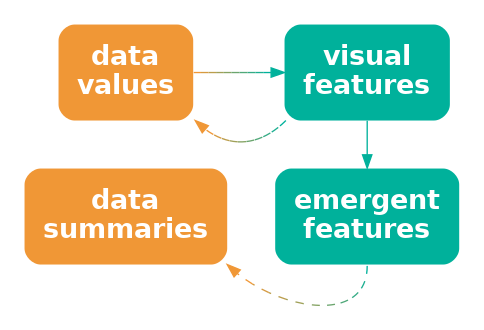
Above: Diagrams/data-vis-vis-stat.png in pmur002/hdvw (Graphviz), before the change. Its source is kept beside it as Diagrams/data-vis-vis-stat.dot.
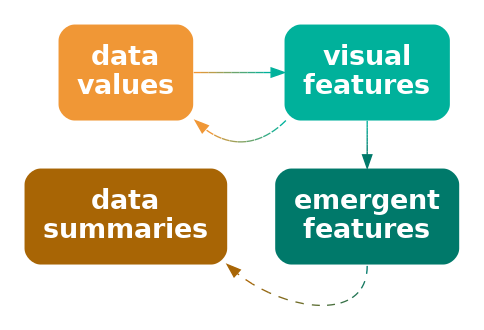
After the change.

Diff of the diagram source:
```diff
@@ -2,15 +2,15 @@
   graph [ rankdir=LR; margin=.2; nodesep=.5 ];
   node [ fontsize=20; fontname="sans bold"; margin=.2 ];
   data [ label="data\nvalues"; shape=box; style="filled, rounded"; penwidth=0; fontcolor=white; fillcolor="#F09736" ]
-  stat [ label="data\nsummaries"; shape=box; style="filled, rounded"; penwidth=0; fontcolor=white; fillcolor="#F09736" ]
+  stat [ label="data\nsummaries"; shape=box; style="filled, rounded"; penwidth=0; fontcolor=white; fillcolor="#A86505" ]
   vis [ label="visual\nfeatures"; shape=box;
      style="filled, rounded"; penwidth=0; fontcolor=white; fillcolor="#00B19B" ]
   add [ label="emergent\nfeatures"; shape=box;
-     style="filled, rounded"; penwidth=0; fontcolor=white; fillcolor="#00B19B" ]
+     style="filled, rounded"; penwidth=0; fontcolor=white; fillcolor="#00796A" ]
   data -> vis [ color="#F09736;0.1:#D59A41;0.1:#BB9D4C;0.1:#A0A058;0.1:#85A363;0.1:#6BA56E;0.1:#50A879;0.1:#35AB85;0.1:#1BAE90;0.1:#00B19B;0.1" ]
-  vis -> add [ color="#00B19B" ]
+  vis -> add [ color="#00B19B;0.1:#00AB96;0.1:#00A590;0.1:#009E8B;0.1:#009885;0.1:#009280;0.1:#008C7A;0.1:#008575;0.1:#007F6F;0.1:#00796A;0.1" ]
   vis:sw -> data:se [ style="dashed", color="#00B19B;0.1:#1BAE90;0.1:#35AB85;0.1:#50A879;0.1:#6BA56E;0.1:#85A363;0.1:#A0A058;0.1:#BB9D4C;0.1:#D59A41;0.1:#F09736;0.1" ]
-  add:s -> stat:se [ style="dashed", color="#00B19B;0.1:#1BAE90;0.1:#35AB85;0.1:#50A879;0.1:#6BA56E;0.1:#85A363;0.1:#A0A058;0.1:#BB9D4C;0.1:#D59A41;0.1:#F09736;0.1" ]
+  add:s -> stat:se [ style="dashed", color="#00796A;0.1:#13775F;0.1:#257554;0.1:#387248;0.1:#4B703D;0.1:#5D6E32;0.1:#706C27;0.1:#83691B;0.1:#956710;0.1:#A86505;0.1" ]
 { rank=same; data, stat }
 { rank=same; vis, add }
 }
```
